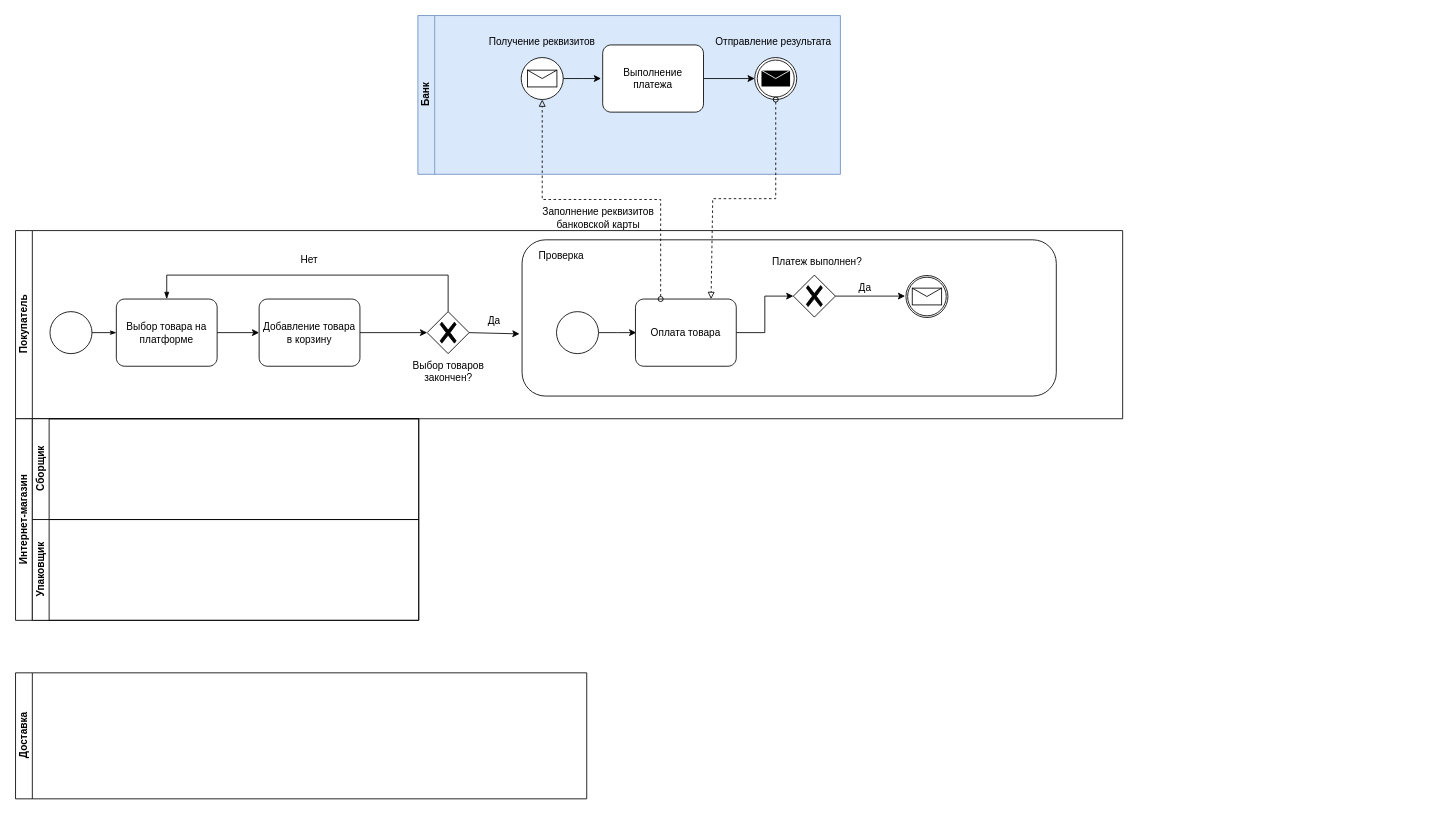
Earlier version of the draw.io diagram Диаграмма без названия.drawio (BondarevDima/Public_repository). Source tidied: cells renumbered, new cells numbered last; positions are measured from the earlier drawing's top-left corner, leaving out a move shared by most shapes. Both pictures are drawn from the tidied source at 84%, with x=0, y=0 at pixel (15, 15).
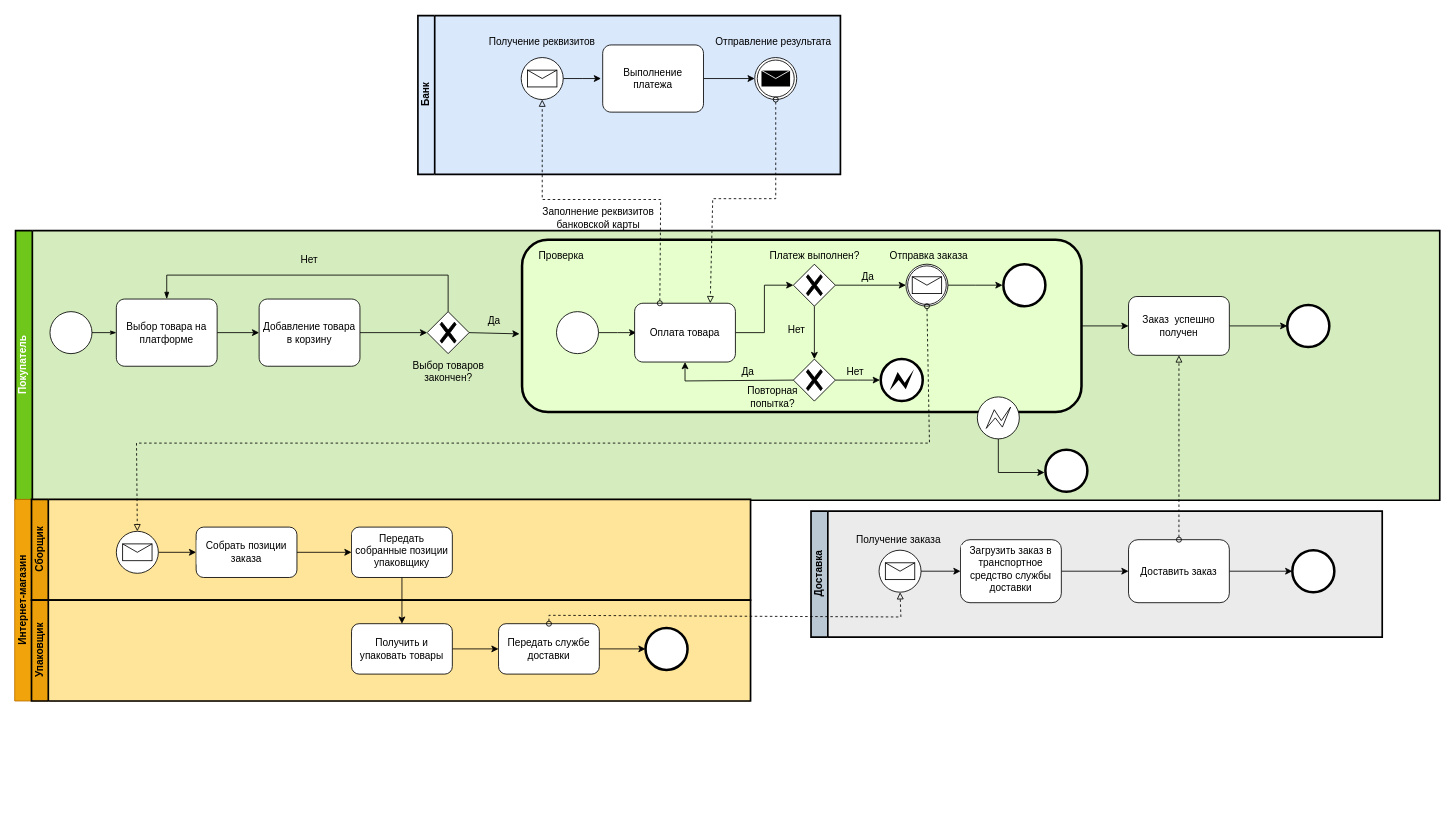
Above is the later version.

Diff of the diagram source:
```diff
@@
-    <mxCell id="2" value="Доставка" style="swimlane;html=1;startSize=20;horizontal=0;" parent="1" vertex="1">
-      <mxGeometry y="782.5" width="680" height="150" as="geometry" />
+    <mxCell id="2" value="Доставка" style="swimlane;html=1;startSize=20;horizontal=0;fillColor=#bac8d3;strokeColor=#000000;swimlaneFillColor=#EBEBEB;strokeWidth=2;" parent="1" vertex="1">
+      <mxGeometry x="947" y="590" width="680" height="150" as="geometry" />
     </mxCell>
+    <mxCell id="41" style="edgeStyle=orthogonalEdgeStyle;rounded=0;jettySize=auto;html=1;entryX=0;entryY=0.5;entryDx=0;entryDy=0;" parent="2" edge="1" source="42" target="45">
+      <mxGeometry relative="1" as="geometry" />
+    </mxCell>
+    <mxCell id="42" style="points=[[0.145,0.145,0],[0.5,0,0],[0.855,0.145,0],[1,0.5,0],[0.855,0.855,0],[0.5,1,0],[0.145,0.855,0],[0,0.5,0]];shape=mxgraph.bpmn.event;html=1;verticalLabelPosition=bottom;labelBackgroundColor=#ffffff;verticalAlign=top;align=center;perimeter=ellipsePerimeter;outlineConnect=0;outline=standard;symbol=message;" parent="2" vertex="1">
+      <mxGeometry x="81" y="46.5" width="50" height="50" as="geometry" />
+    </mxCell>
+    <mxCell id="43" value="Получение заказа&amp;nbsp;" style="text;html=1;strokeColor=none;fillColor=none;align=center;verticalAlign=middle;whiteSpace=wrap;rounded=0;" parent="2" vertex="1">
+      <mxGeometry x="48" y="20" width="116" height="30" as="geometry" />
+    </mxCell>
+    <mxCell id="44" style="edgeStyle=orthogonalEdgeStyle;rounded=0;jettySize=auto;html=1;exitX=1;exitY=0.5;exitDx=0;exitDy=0;entryX=0;entryY=0.5;entryDx=0;entryDy=0;" parent="2" edge="1" source="45" target="47">
+      <mxGeometry relative="1" as="geometry" />
+    </mxCell>
+    <mxCell id="45" value="Загрузить заказ в транспортное средство службы доставки" style="rounded=1;whiteSpace=wrap;html=1;verticalAlign=top;labelBackgroundColor=#ffffff;" parent="2" vertex="1">
+      <mxGeometry x="178" y="34" width="120" height="75" as="geometry" />
+    </mxCell>
+    <mxCell id="46" style="edgeStyle=orthogonalEdgeStyle;rounded=0;jettySize=auto;html=1;entryX=0;entryY=0.5;entryDx=0;entryDy=0;entryPerimeter=0;" parent="2" edge="1" source="47" target="48">
+      <mxGeometry relative="1" as="geometry" />
+    </mxCell>
+    <mxCell id="47" value="Доставить заказ" style="rounded=1;whiteSpace=wrap;html=1;verticalAlign=middle;labelBackgroundColor=#ffffff;" parent="2" vertex="1">
+      <mxGeometry x="378" y="34" width="120" height="75" as="geometry" />
+    </mxCell>
+    <mxCell id="48" style="points=[[0.145,0.145,0],[0.5,0,0],[0.855,0.145,0],[1,0.5,0],[0.855,0.855,0],[0.5,1,0],[0.145,0.855,0],[0,0.5,0]];shape=mxgraph.bpmn.event;html=1;verticalLabelPosition=bottom;labelBackgroundColor=#ffffff;verticalAlign=top;align=center;perimeter=ellipsePerimeter;outlineConnect=0;outline=end;symbol=terminate2;" parent="2" vertex="1">
+      <mxGeometry x="573" y="46.5" width="50" height="50" as="geometry" />
+    </mxCell>
-    <mxCell id="3" value="Банк" style="swimlane;html=1;startSize=20;horizontal=0;fillColor=#dae8fc;strokeColor=#6c8ebf;labelBackgroundColor=none;swimlaneFillColor=#dae8fc;" parent="1" vertex="1">
+    <mxCell id="3" value="Банк" style="swimlane;html=1;startSize=20;horizontal=0;fillColor=#dae8fc;strokeColor=#000000;labelBackgroundColor=none;swimlaneFillColor=#dae8fc;strokeWidth=2;" parent="1" vertex="1">
       <mxGeometry x="479" width="503" height="189" as="geometry" />
     </mxCell>
@@
-    <mxCell id="11" value="Покупатель" style="swimlane;html=1;startSize=20;horizontal=0;" parent="1" vertex="1">
-      <mxGeometry y="256" width="1318" height="224" as="geometry" />
+    <mxCell id="11" value="Покупатель" style="swimlane;html=1;startSize=20;horizontal=0;fillColor=#70C71B;strokeColor=#000000;fontColor=#ffffff;swimlaneFillColor=#D5EDBE;strokeWidth=2;" parent="1" vertex="1">
+      <mxGeometry y="256" width="1695.5" height="321" as="geometry" />
     </mxCell>
@@
+    <mxCell id="49" style="edgeStyle=orthogonalEdgeStyle;rounded=0;jettySize=auto;html=1;entryX=0;entryY=0.5;entryDx=0;entryDy=0;entryPerimeter=0;" parent="11" edge="1" source="22" target="63">
+      <mxGeometry relative="1" as="geometry" />
+    </mxCell>
-    <mxCell id="22" style="rounded=1;whiteSpace=wrap;html=1;" parent="11" vertex="1">
-      <mxGeometry x="603" y="11" width="636" height="186" as="geometry" />
+    <mxCell id="22" style="rounded=1;whiteSpace=wrap;html=1;fillColor=#E6FFCC;strokeWidth=3;" parent="11" vertex="1">
+      <mxGeometry x="603" y="11" width="666" height="205" as="geometry" />
     </mxCell>
@@
     <mxCell id="27" value="Оплата товара" style="points=[[0.25,0,0],[0.5,0,0],[0.75,0,0],[1,0.25,0],[1,0.5,0],[1,0.75,0],[0.75,1,0],[0.5,1,0],[0.25,1,0],[0,0.75,0],[0,0.5,0],[0,0.25,0]];shape=mxgraph.bpmn.task;whiteSpace=wrap;rectStyle=rounded;size=10;html=1;taskMarker=abstract;" parent="11" vertex="1">
-      <mxGeometry x="738" y="81.5" width="120" height="80" as="geometry" />
+      <mxGeometry x="737" y="86.5" width="120" height="70" as="geometry" />
     </mxCell>
@@
-    <mxCell id="29" style="edgeStyle=orthogonalEdgeStyle;rounded=0;jettySize=auto;html=1;" parent="11" edge="1" source="30">
-      <mxGeometry relative="1" as="geometry">
-        <mxPoint x="1059" y="78" as="targetPoint" />
-      </mxGeometry>
+    <mxCell id="29" style="edgeStyle=orthogonalEdgeStyle;rounded=0;jettySize=auto;html=1;entryX=0;entryY=0.5;entryDx=0;entryDy=0;entryPerimeter=0;" parent="11" edge="1" source="30" target="33">
+      <mxGeometry relative="1" as="geometry" />
     </mxCell>
+    <mxCell id="50" style="edgeStyle=orthogonalEdgeStyle;rounded=0;jettySize=auto;html=1;" parent="11" edge="1" source="30" target="53">
+      <mxGeometry relative="1" as="geometry" />
+    </mxCell>
     <mxCell id="30" style="points=[[0.25,0.25,0],[0.5,0,0],[0.75,0.25,0],[1,0.5,0],[0.75,0.75,0],[0.5,1,0],[0.25,0.75,0],[0,0.5,0]];shape=mxgraph.bpmn.gateway2;html=1;verticalLabelPosition=bottom;labelBackgroundColor=#ffffff;verticalAlign=top;align=center;perimeter=rhombusPerimeter;outlineConnect=0;outline=none;symbol=none;gwType=exclusive;" parent="11" vertex="1">
-      <mxGeometry x="926" y="53" width="50" height="50" as="geometry" />
+      <mxGeometry x="926" y="40" width="50" height="50" as="geometry" />
     </mxCell>
     <mxCell id="31" value="Платеж выполнен?" style="text;html=1;strokeColor=none;fillColor=none;align=center;verticalAlign=middle;whiteSpace=wrap;rounded=0;" parent="11" vertex="1">
-      <mxGeometry x="897" y="23" width="115" height="30" as="geometry" />
+      <mxGeometry x="893.5" y="15" width="115" height="30" as="geometry" />
     </mxCell>
     <mxCell id="32" value="Да" style="text;html=1;strokeColor=none;fillColor=none;align=center;verticalAlign=middle;whiteSpace=wrap;rounded=0;" parent="11" vertex="1">
-      <mxGeometry x="954" y="53.5" width="115" height="30" as="geometry" />
+      <mxGeometry x="1000" y="40" width="30" height="30" as="geometry" />
     </mxCell>
+    <mxCell id="51" style="edgeStyle=orthogonalEdgeStyle;rounded=0;jettySize=auto;html=1;" parent="11" edge="1" source="33">
+      <mxGeometry relative="1" as="geometry">
+        <mxPoint x="1175" y="65" as="targetPoint" />
+      </mxGeometry>
+    </mxCell>
     <mxCell id="33" style="points=[[0.145,0.145,0],[0.5,0,0],[0.855,0.145,0],[1,0.5,0],[0.855,0.855,0],[0.5,1,0],[0.145,0.855,0],[0,0.5,0]];shape=mxgraph.bpmn.event;html=1;verticalLabelPosition=bottom;labelBackgroundColor=#ffffff;verticalAlign=top;align=center;perimeter=ellipsePerimeter;outlineConnect=0;outline=boundInt;symbol=message;" parent="11" vertex="1">
-      <mxGeometry x="1060" y="53.5" width="50" height="50" as="geometry" />
+      <mxGeometry x="1060" y="40" width="50" height="50" as="geometry" />
     </mxCell>
@@
+    <mxCell id="52" style="edgeStyle=orthogonalEdgeStyle;rounded=0;jettySize=auto;html=1;" parent="11" edge="1" source="53">
+      <mxGeometry relative="1" as="geometry">
+        <mxPoint x="1029" y="178" as="targetPoint" />
+      </mxGeometry>
+    </mxCell>
+    <mxCell id="53" style="points=[[0.25,0.25,0],[0.5,0,0],[0.75,0.25,0],[1,0.5,0],[0.75,0.75,0],[0.5,1,0],[0.25,0.75,0],[0,0.5,0]];shape=mxgraph.bpmn.gateway2;html=1;verticalLabelPosition=bottom;labelBackgroundColor=#ffffff;verticalAlign=top;align=center;perimeter=rhombusPerimeter;outlineConnect=0;outline=none;symbol=none;gwType=exclusive;" parent="11" vertex="1">
+      <mxGeometry x="926" y="153" width="50" height="50" as="geometry" />
+    </mxCell>
+    <mxCell id="54" value="Нет" style="text;html=1;strokeColor=none;fillColor=none;align=center;verticalAlign=middle;whiteSpace=wrap;rounded=0;" parent="11" vertex="1">
+      <mxGeometry x="915" y="103.5" width="30" height="30" as="geometry" />
+    </mxCell>
+    <mxCell id="55" style="endArrow=classic;html=1;rounded=0;entryX=0.5;entryY=1;entryDx=0;entryDy=0;entryPerimeter=0;exitX=0;exitY=0.5;exitDx=0;exitDy=0;exitPerimeter=0;" parent="11" edge="1" source="53" target="27">
+      <mxGeometry relative="1" as="geometry">
+        <Array as="points">
+          <mxPoint x="797" y="179" />
+        </Array>
+      </mxGeometry>
+    </mxCell>
+    <mxCell id="56" value="Повторная попытка?" style="text;html=1;strokeColor=none;fillColor=none;align=center;verticalAlign=middle;whiteSpace=wrap;rounded=0;" parent="11" vertex="1">
+      <mxGeometry x="863" y="183" width="77" height="30" as="geometry" />
+    </mxCell>
+    <mxCell id="57" value="Да" style="text;html=1;strokeColor=none;fillColor=none;align=center;verticalAlign=middle;whiteSpace=wrap;rounded=0;" parent="11" vertex="1">
+      <mxGeometry x="857" y="153" width="30" height="30" as="geometry" />
+    </mxCell>
+    <mxCell id="58" value="Нет" style="text;html=1;strokeColor=none;fillColor=none;align=center;verticalAlign=middle;whiteSpace=wrap;rounded=0;" parent="11" vertex="1">
+      <mxGeometry x="985" y="153" width="30" height="30" as="geometry" />
+    </mxCell>
+    <mxCell id="59" style="shape=mxgraph.bpmn.event;html=1;verticalLabelPosition=bottom;labelBackgroundColor=#ffffff;verticalAlign=top;align=center;perimeter=ellipsePerimeter;outline=end;symbol=error;" parent="11" vertex="1">
+      <mxGeometry x="1030" y="153" width="50" height="50" as="geometry" />
+    </mxCell>
+    <mxCell id="60" style="shape=mxgraph.bpmn.event;html=1;verticalLabelPosition=bottom;labelBackgroundColor=#ffffff;verticalAlign=top;align=center;perimeter=ellipsePerimeter;outline=end;symbol=terminate2;" parent="11" vertex="1">
+      <mxGeometry x="1176" y="40" width="50" height="50" as="geometry" />
+    </mxCell>
+    <mxCell id="61" style="points=[[0.145,0.145,0],[0.5,0,0],[0.855,0.145,0],[1,0.5,0],[0.855,0.855,0],[0.5,1,0],[0.145,0.855,0],[0,0.5,0]];shape=mxgraph.bpmn.event;html=1;verticalLabelPosition=bottom;labelBackgroundColor=#ffffff;verticalAlign=top;align=center;perimeter=ellipsePerimeter;outlineConnect=0;outline=eventInt;symbol=error;" parent="11" vertex="1">
+      <mxGeometry x="1145" y="198" width="50" height="50" as="geometry" />
+    </mxCell>
+    <mxCell id="62" style="edgeStyle=orthogonalEdgeStyle;rounded=0;jettySize=auto;html=1;entryX=0;entryY=0.5;entryDx=0;entryDy=0;entryPerimeter=0;" parent="11" edge="1" source="63" target="64">
+      <mxGeometry relative="1" as="geometry" />
+    </mxCell>
+    <mxCell id="63" value="Заказ&amp;nbsp; успешно получен" style="points=[[0.25,0,0],[0.5,0,0],[0.75,0,0],[1,0.25,0],[1,0.5,0],[1,0.75,0],[0.75,1,0],[0.5,1,0],[0.25,1,0],[0,0.75,0],[0,0.5,0],[0,0.25,0]];shape=mxgraph.bpmn.task;whiteSpace=wrap;rectStyle=rounded;size=10;html=1;taskMarker=abstract;" parent="11" vertex="1">
+      <mxGeometry x="1325" y="78.5" width="120" height="70" as="geometry" />
+    </mxCell>
+    <mxCell id="64" style="points=[[0.145,0.145,0],[0.5,0,0],[0.855,0.145,0],[1,0.5,0],[0.855,0.855,0],[0.5,1,0],[0.145,0.855,0],[0,0.5,0]];shape=mxgraph.bpmn.event;html=1;verticalLabelPosition=bottom;labelBackgroundColor=#ffffff;verticalAlign=top;align=center;perimeter=ellipsePerimeter;outlineConnect=0;outline=end;symbol=terminate2;" parent="11" vertex="1">
+      <mxGeometry x="1514" y="88.5" width="50" height="50" as="geometry" />
+    </mxCell>
+    <mxCell id="65" value="Отправка заказа" style="text;html=1;strokeColor=none;fillColor=none;align=center;verticalAlign=middle;whiteSpace=wrap;rounded=0;" parent="11" vertex="1">
+      <mxGeometry x="1030" y="15" width="115" height="30" as="geometry" />
+    </mxCell>
@@
-    <mxCell id="38" value="Интернет-магазин" style="swimlane;html=1;horizontal=0;startSize=20;whiteSpace=wrap;" parent="1" vertex="1">
-      <mxGeometry y="480" width="480" height="240" as="geometry" />
+    <mxCell id="38" value="Интернет-магазин" style="swimlane;html=1;horizontal=0;startSize=20;whiteSpace=wrap;fillColor=#f0a30a;fontColor=#000000;strokeColor=#BD7000;" parent="1" vertex="1">
+      <mxGeometry x="-1" y="576" width="876" height="240" as="geometry" />
     </mxCell>
-    <mxCell id="39" value="Сборщик" style="swimlane;html=1;startSize=20;horizontal=0;" parent="38" vertex="1">
-      <mxGeometry x="20" width="460" height="120" as="geometry" />
+    <mxCell id="39" value="Сборщик" style="swimlane;html=1;startSize=20;horizontal=0;fillColor=#EB9F0A;fontColor=#000000;strokeColor=#000000;swimlaneFillColor=#FFE599;strokeWidth=2;" parent="38" vertex="1">
+      <mxGeometry x="20" width="856" height="120" as="geometry" />
     </mxCell>
+    <mxCell id="66" style="edgeStyle=orthogonalEdgeStyle;rounded=0;jettySize=auto;html=1;" parent="39" edge="1" source="67" target="69">
+      <mxGeometry relative="1" as="geometry" />
+    </mxCell>
+    <mxCell id="67" style="points=[[0.145,0.145,0],[0.5,0,0],[0.855,0.145,0],[1,0.5,0],[0.855,0.855,0],[0.5,1,0],[0.145,0.855,0],[0,0.5,0]];shape=mxgraph.bpmn.event;html=1;verticalLabelPosition=bottom;labelBackgroundColor=#ffffff;verticalAlign=top;align=center;perimeter=ellipsePerimeter;outlineConnect=0;outline=standard;symbol=message;" parent="39" vertex="1">
+      <mxGeometry x="101" y="38" width="50" height="50" as="geometry" />
+    </mxCell>
+    <mxCell id="68" style="edgeStyle=orthogonalEdgeStyle;rounded=0;jettySize=auto;html=1;" parent="39" edge="1" source="69" target="70">
+      <mxGeometry relative="1" as="geometry" />
+    </mxCell>
+    <mxCell id="69" value="Собрать позиции заказа" style="rounded=1;whiteSpace=wrap;html=1;verticalAlign=middle;labelBackgroundColor=#ffffff;align=center;" parent="39" vertex="1">
+      <mxGeometry x="196" y="33" width="120" height="60" as="geometry" />
+    </mxCell>
+    <mxCell id="70" value="Передать собранные позиции упаковщику" style="whiteSpace=wrap;html=1;verticalAlign=top;rounded=1;labelBackgroundColor=#ffffff;" parent="39" vertex="1">
+      <mxGeometry x="381" y="33" width="120" height="60" as="geometry" />
+    </mxCell>
-    <mxCell id="40" value="Упаковщик" style="swimlane;html=1;startSize=20;horizontal=0;" parent="38" vertex="1">
-      <mxGeometry x="20" y="120" width="460" height="120" as="geometry" />
+    <mxCell id="40" value="Упаковщик" style="swimlane;html=1;startSize=20;horizontal=0;fillColor=#EB9F0A;fontColor=#000000;strokeColor=#000000;swimlaneFillColor=#FFE599;strokeWidth=2;" parent="38" vertex="1">
+      <mxGeometry x="20" y="120" width="856" height="120" as="geometry" />
     </mxCell>
+    <mxCell id="71" style="edgeStyle=orthogonalEdgeStyle;rounded=0;jettySize=auto;html=1;" parent="40" edge="1" source="72" target="74">
+      <mxGeometry relative="1" as="geometry" />
+    </mxCell>
+    <mxCell id="72" value="Получить и упаковать товары" style="whiteSpace=wrap;html=1;verticalAlign=middle;rounded=1;labelBackgroundColor=#ffffff;" parent="40" vertex="1">
+      <mxGeometry x="381" y="28" width="120" height="60" as="geometry" />
+    </mxCell>
+    <mxCell id="73" style="edgeStyle=orthogonalEdgeStyle;rounded=0;jettySize=auto;html=1;entryX=0;entryY=0.5;entryDx=0;entryDy=0;entryPerimeter=0;" parent="40" edge="1" source="74" target="75">
+      <mxGeometry relative="1" as="geometry" />
+    </mxCell>
+    <mxCell id="74" value="Передать службе доставки" style="whiteSpace=wrap;html=1;verticalAlign=middle;rounded=1;labelBackgroundColor=#ffffff;" parent="40" vertex="1">
+      <mxGeometry x="556" y="28" width="120" height="60" as="geometry" />
+    </mxCell>
+    <mxCell id="75" style="points=[[0.145,0.145,0],[0.5,0,0],[0.855,0.145,0],[1,0.5,0],[0.855,0.855,0],[0.5,1,0],[0.145,0.855,0],[0,0.5,0]];shape=mxgraph.bpmn.event;html=1;verticalLabelPosition=bottom;labelBackgroundColor=#ffffff;verticalAlign=top;align=center;perimeter=ellipsePerimeter;outlineConnect=0;outline=end;symbol=terminate2;" parent="40" vertex="1">
+      <mxGeometry x="731" y="33" width="50" height="50" as="geometry" />
+    </mxCell>
+    <mxCell id="76" style="edgeStyle=orthogonalEdgeStyle;rounded=0;jettySize=auto;html=1;" parent="38" edge="1" source="70" target="72">
+      <mxGeometry relative="1" as="geometry" />
+    </mxCell>
+    <mxCell id="77" style="endArrow=block;html=1;rounded=0;entryX=0.5;entryY=0;entryDx=0;entryDy=0;entryPerimeter=0;exitX=0.5;exitY=1;exitDx=0;exitDy=0;exitPerimeter=0;startArrow=oval;startFill=0;endFill=0;dashed=1;" parent="1" edge="1" source="33" target="67">
+      <mxGeometry relative="1" as="geometry">
+        <Array as="points">
+          <mxPoint x="1088" y="509" />
+          <mxPoint x="615" y="509" />
+          <mxPoint x="144" y="509" />
+        </Array>
+      </mxGeometry>
+    </mxCell>
+    <mxCell id="78" style="endArrow=classic;html=1;rounded=0;exitX=0.5;exitY=1;exitDx=0;exitDy=0;exitPerimeter=0;" parent="1" edge="1" source="61">
+      <mxGeometry relative="1" as="geometry">
+        <mxPoint x="1225" y="544" as="targetPoint" />
+        <Array as="points">
+          <mxPoint x="1170" y="544" />
+        </Array>
+      </mxGeometry>
+    </mxCell>
+    <mxCell id="79" style="shape=mxgraph.bpmn.event;html=1;verticalLabelPosition=bottom;labelBackgroundColor=#ffffff;verticalAlign=top;align=center;perimeter=ellipsePerimeter;outline=end;symbol=terminate2;" parent="1" vertex="1">
+      <mxGeometry x="1226" y="517" width="50" height="50" as="geometry" />
+    </mxCell>
+    <mxCell id="80" style="endArrow=block;html=1;rounded=0;exitX=0.5;exitY=0;exitDx=0;exitDy=0;entryX=0.5;entryY=1;entryDx=0;entryDy=0;entryPerimeter=0;dashed=1;endFill=0;startArrow=oval;startFill=0;" parent="1" edge="1" source="74" target="42">
+      <mxGeometry relative="1" as="geometry">
+        <Array as="points">
+          <mxPoint x="635" y="714" />
+          <mxPoint x="1054" y="716" />
+        </Array>
+      </mxGeometry>
+    </mxCell>
+    <mxCell id="81" style="endArrow=block;html=1;rounded=0;entryX=0.5;entryY=1;entryDx=0;entryDy=0;entryPerimeter=0;exitX=0.5;exitY=0;exitDx=0;exitDy=0;dashed=1;endFill=0;startArrow=oval;startFill=0;" parent="1" edge="1" source="47" target="63">
+      <mxGeometry relative="1" as="geometry" />
+    </mxCell>
```
